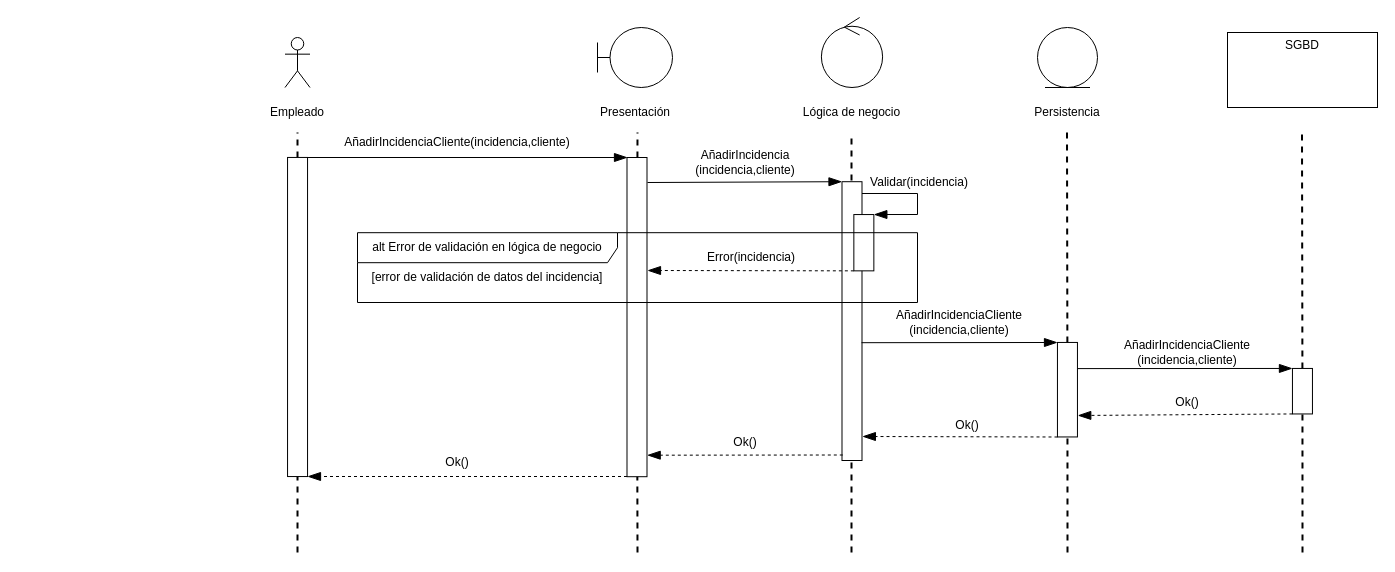
felipescalera/Proyecto-IR keeps this draw.io diagram as diagramas/diagramas de secuencia/CrearIncidencia(1).drawio. Above is the earlier version. Source tidied: cells renumbered, new cells numbered last; positions are measured from the earlier drawing's top-left corner, leaving out a move shared by most shapes. Both pictures are drawn from the tidied source at 100%, with x=0, y=0 at pixel (137, 17).
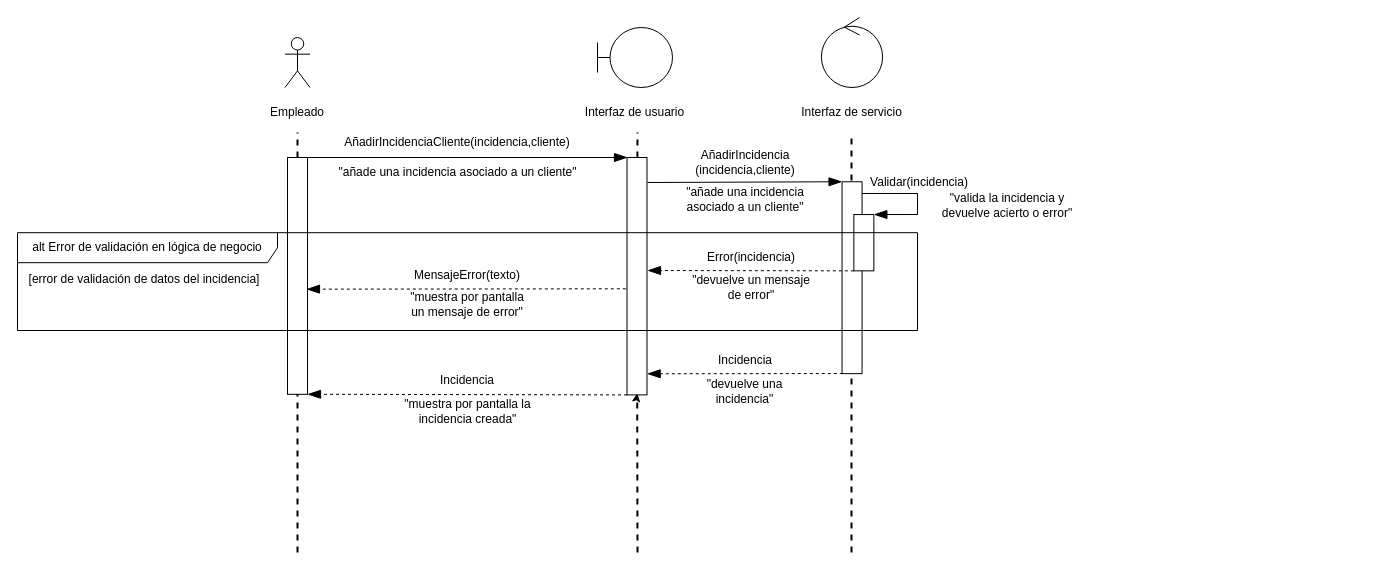
The same page after the edit.

The change refers to these unchanged cells:
```xml
<mxCell id="8" style="group;" parent="1" vertex="1">
  <mxGeometry x="660" width="109" height="105" as="geometry" />
</mxCell>
```

Change to the diagram source:
```diff
@@
-    <mxCell id="2" style="group;" parent="1" vertex="1">
-      <mxGeometry x="1090" y="15" width="150" height="75" as="geometry" />
-    </mxCell>
-    <mxCell id="3" style="rounded=0;whiteSpace=wrap;html=1;fontColor=none;" parent="2" vertex="1">
-      <mxGeometry width="150" height="75" as="geometry" />
-    </mxCell>
-    <mxCell id="4" value="SGBD" style="text;html=1;strokeColor=none;fillColor=none;align=center;verticalAlign=middle;whiteSpace=wrap;rounded=0;fontColor=none;" parent="2" vertex="1">
-      <mxGeometry x="50" width="50" height="25" as="geometry" />
-    </mxCell>
-    <mxCell id="5" style="group;" parent="1" vertex="1">
-      <mxGeometry x="900" y="10" width="60" height="95" as="geometry" />
-    </mxCell>
-    <mxCell id="6" style="ellipse;shape=umlEntity;whiteSpace=wrap;html=1;" parent="5" vertex="1">
-      <mxGeometry width="60" height="60" as="geometry" />
-    </mxCell>
-    <mxCell id="7" value="Persistencia" style="text;html=1;strokeColor=none;fillColor=none;align=center;verticalAlign=middle;whiteSpace=wrap;rounded=0;fontColor=none;" parent="5" vertex="1">
-      <mxGeometry x="10" y="75" width="40" height="20" as="geometry" />
-    </mxCell>
@@
-    <mxCell id="10" value="Lógica de negocio" style="text;html=1;strokeColor=none;fillColor=none;align=center;verticalAlign=middle;whiteSpace=wrap;rounded=0;fontColor=none;" parent="8" vertex="1">
+    <mxCell id="10" value="Interfaz de servicio" style="text;html=1;strokeColor=none;fillColor=none;align=center;verticalAlign=middle;whiteSpace=wrap;rounded=0;fontColor=none;" parent="8" vertex="1">
       <mxGeometry y="85" width="109" height="20" as="geometry" />
     </mxCell>
     <mxCell id="11" style="group;" parent="1" vertex="1">
-      <mxGeometry x="460" y="10" width="75" height="95" as="geometry" />
+      <mxGeometry x="460" y="10" width="130" height="95" as="geometry" />
     </mxCell>
@@
-    <mxCell id="13" value="Presentación" style="text;html=1;strokeColor=none;fillColor=none;align=center;verticalAlign=middle;whiteSpace=wrap;rounded=0;fontColor=none;" parent="11" vertex="1">
-      <mxGeometry x="17.5" y="75" width="40" height="20" as="geometry" />
+    <mxCell id="13" value="Interfaz de usuario" style="text;html=1;strokeColor=none;fillColor=none;align=center;verticalAlign=middle;whiteSpace=wrap;rounded=0;fontColor=none;" parent="11" vertex="1">
+      <mxGeometry x="-18.8" y="75" width="112.5" height="20" as="geometry" />
     </mxCell>
@@
-    <mxCell id="16" style="endArrow=none;dashed=1;html=1;fontColor=none;strokeWidth=2;" parent="1" edge="1" source="35">
-      <mxGeometry relative="1" as="geometry">
-        <mxPoint x="929.5" y="115" as="targetPoint" />
-      </mxGeometry>
-    </mxCell>
-    <mxCell id="17" style="endArrow=none;dashed=1;html=1;fontColor=none;strokeWidth=2;" parent="1" edge="1" source="39">
-      <mxGeometry relative="1" as="geometry">
-        <mxPoint x="1164.5" y="115" as="targetPoint" />
-      </mxGeometry>
-    </mxCell>
@@
     <mxCell id="22" style="rounded=0;whiteSpace=wrap;html=1;fontColor=none;rotation=90;" parent="1" vertex="1">
-      <mxGeometry x="0.5" y="289.5" width="319.1" height="20" as="geometry" />
+      <mxGeometry x="41.6" y="248.4" width="236.8" height="20" as="geometry" />
     </mxCell>
@@
+    <mxCell id="54" style="edgeStyle=orthogonalEdgeStyle;rounded=0;jettySize=auto;html=1;exitX=1;exitY=0.5;exitDx=0;exitDy=0;" parent="1" edge="1" source="24">
+      <mxGeometry relative="1" as="geometry">
+        <mxPoint x="499.7" y="375.9" as="targetPoint" />
+      </mxGeometry>
+    </mxCell>
     <mxCell id="24" style="rounded=0;whiteSpace=wrap;html=1;fontColor=none;rotation=90;" parent="1" vertex="1">
-      <mxGeometry x="339.9" y="289.6" width="319.2" height="20" as="geometry" />
+      <mxGeometry x="380.8" y="248.7" width="237.4" height="20" as="geometry" />
     </mxCell>
@@
     <mxCell id="28" style="rounded=0;whiteSpace=wrap;html=1;fontColor=none;rotation=90;" parent="1" vertex="1">
-      <mxGeometry x="575.1" y="293.6" width="278.8" height="20" as="geometry" />
+      <mxGeometry x="618.6" y="250.2" width="191.9" height="20" as="geometry" />
     </mxCell>
@@
-    <mxCell id="35" style="rounded=0;whiteSpace=wrap;html=1;fontColor=none;rotation=90;" parent="1" vertex="1">
-      <mxGeometry x="882.7" y="362.2" width="94.5" height="20" as="geometry" />
-    </mxCell>
-    <mxCell id="36" style="endArrow=none;dashed=1;html=1;fontColor=none;strokeWidth=2;" parent="1" edge="1" target="35">
-      <mxGeometry relative="1" as="geometry">
-        <mxPoint x="930" y="535" as="sourcePoint" />
-      </mxGeometry>
-    </mxCell>
-    <mxCell id="37" style="endArrow=blockThin;html=1;endFill=1;exitX=0.51;exitY=0.025;exitDx=0;exitDy=0;exitPerimeter=0;endSize=11;" parent="1" edge="1">
-      <mxGeometry relative="1" as="geometry">
-        <mxPoint x="724" y="325.2" as="sourcePoint" />
-        <mxPoint x="920" y="325" as="targetPoint" />
-      </mxGeometry>
-    </mxCell>
-    <mxCell id="38" value="&lt;div&gt;AñadirIncidenciaCliente&lt;/div&gt;&lt;div&gt;(incidencia,cliente)&lt;/div&gt;" style="text;html=1;strokeColor=none;fillColor=none;align=center;verticalAlign=middle;whiteSpace=wrap;rounded=0;" parent="1" vertex="1">
-      <mxGeometry x="802" y="295" width="40" height="20" as="geometry" />
-    </mxCell>
-    <mxCell id="39" style="rounded=0;whiteSpace=wrap;html=1;fontColor=none;rotation=90;" parent="1" vertex="1">
-      <mxGeometry x="1142.2" y="363.7" width="45.5" height="20" as="geometry" />
-    </mxCell>
-    <mxCell id="40" style="endArrow=none;dashed=1;html=1;fontColor=none;strokeWidth=2;" parent="1" edge="1" target="39">
-      <mxGeometry relative="1" as="geometry">
-        <mxPoint x="1165" y="535" as="sourcePoint" />
-      </mxGeometry>
-    </mxCell>
-    <mxCell id="41" style="endArrow=blockThin;html=1;exitX=1;exitY=0;exitDx=0;exitDy=0;endFill=1;entryX=0;entryY=1;entryDx=0;entryDy=0;endSize=11;" parent="1" edge="1" target="39">
-      <mxGeometry relative="1" as="geometry">
-        <mxPoint x="940" y="351.1" as="sourcePoint" />
-      </mxGeometry>
-    </mxCell>
-    <mxCell id="42" value="&lt;div&gt;AñadirIncidenciaCliente&lt;/div&gt;&lt;div&gt;(incidencia,cliente)&lt;/div&gt;" style="text;html=1;strokeColor=none;fillColor=none;align=center;verticalAlign=middle;whiteSpace=wrap;rounded=0;" parent="1" vertex="1">
-      <mxGeometry x="1030" y="325" width="40" height="20" as="geometry" />
-    </mxCell>
-    <mxCell id="43" style="endArrow=blockThin;html=1;exitX=1;exitY=1;exitDx=0;exitDy=0;endFill=1;dashed=1;entryX=0.773;entryY=-0.016;entryDx=0;entryDy=0;entryPerimeter=0;endSize=11;" parent="1" edge="1" source="39" target="35">
-      <mxGeometry relative="1" as="geometry" />
-    </mxCell>
-    <mxCell id="44" value="Ok()" style="text;html=1;strokeColor=none;fillColor=none;align=center;verticalAlign=middle;whiteSpace=wrap;rounded=0;" parent="1" vertex="1">
-      <mxGeometry x="1030" y="375.2" width="40" height="20" as="geometry" />
-    </mxCell>
-    <mxCell id="45" style="endArrow=blockThin;html=1;exitX=1;exitY=1;exitDx=0;exitDy=0;endFill=1;dashed=1;endSize=11;entryX=0.42;entryY=-0.018;entryDx=0;entryDy=0;entryPerimeter=0;" parent="1" edge="1">
-      <mxGeometry relative="1" as="geometry">
-        <mxPoint x="920" y="419.5" as="sourcePoint" />
-        <mxPoint x="724.9" y="419" as="targetPoint" />
-      </mxGeometry>
-    </mxCell>
-    <mxCell id="46" value="Ok()" style="text;html=1;strokeColor=none;fillColor=none;align=center;verticalAlign=middle;whiteSpace=wrap;rounded=0;" parent="1" vertex="1">
-      <mxGeometry x="810" y="397.5" width="40" height="20" as="geometry" />
-    </mxCell>
     <mxCell id="47" style="endArrow=blockThin;html=1;exitX=1;exitY=1;exitDx=0;exitDy=0;endFill=1;dashed=1;entryX=0.831;entryY=0.006;entryDx=0;entryDy=0;entryPerimeter=0;endSize=11;" parent="1" edge="1">
       <mxGeometry relative="1" as="geometry">
-        <mxPoint x="705.3" y="437.5" as="sourcePoint" />
-        <mxPoint x="509.7" y="437.7" as="targetPoint" />
+        <mxPoint x="705.3" y="356" as="sourcePoint" />
+        <mxPoint x="509.7" y="356.3" as="targetPoint" />
       </mxGeometry>
     </mxCell>
-    <mxCell id="48" value="Ok()" style="text;html=1;strokeColor=none;fillColor=none;align=center;verticalAlign=middle;whiteSpace=wrap;rounded=0;" parent="1" vertex="1">
-      <mxGeometry x="587.5" y="414.5" width="40" height="20" as="geometry" />
+    <mxCell id="48" value="Incidencia" style="text;html=1;strokeColor=none;fillColor=none;align=center;verticalAlign=middle;whiteSpace=wrap;rounded=0;" parent="1" vertex="1">
+      <mxGeometry x="587.5" y="333" width="40" height="20" as="geometry" />
     </mxCell>
-    <mxCell id="49" style="endArrow=blockThin;html=1;exitX=1;exitY=1;exitDx=0;exitDy=0;endFill=1;dashed=1;entryX=1;entryY=0;entryDx=0;entryDy=0;endSize=11;" parent="1" edge="1">
-      <mxGeometry relative="1" as="geometry">
-        <mxPoint x="489.5" y="459" as="sourcePoint" />
-        <mxPoint x="170" y="459" as="targetPoint" />
-      </mxGeometry>
+    <mxCell id="49" style="endArrow=blockThin;html=1;endFill=1;dashed=1;entryX=1;entryY=0;entryDx=0;entryDy=0;endSize=11;exitX=1;exitY=1;exitDx=0;exitDy=0;" parent="1" edge="1" source="24" target="22">
+      <mxGeometry relative="1" as="geometry" />
     </mxCell>
-    <mxCell id="50" value="Ok()" style="text;html=1;strokeColor=none;fillColor=none;align=center;verticalAlign=middle;whiteSpace=wrap;rounded=0;" parent="1" vertex="1">
-      <mxGeometry x="300" y="434.5" width="40" height="20" as="geometry" />
+    <mxCell id="50" value="Incidencia" style="text;html=1;strokeColor=none;fillColor=none;align=center;verticalAlign=middle;whiteSpace=wrap;rounded=0;" parent="1" vertex="1">
+      <mxGeometry x="310" y="353" width="40" height="20" as="geometry" />
     </mxCell>
@@
     <mxCell id="52" value="[error de validación de datos del incidencia]" style="text;html=1;strokeColor=none;fillColor=none;align=center;verticalAlign=middle;whiteSpace=wrap;rounded=0;" parent="1" vertex="1">
-      <mxGeometry x="230" y="250.2" width="240" height="20" as="geometry" />
+      <mxGeometry x="-113" y="252" width="240" height="20" as="geometry" />
     </mxCell>
+    <mxCell id="55" value="MensajeError(texto)" style="text;html=1;strokeColor=none;fillColor=none;align=center;verticalAlign=middle;whiteSpace=wrap;rounded=0;" parent="1" vertex="1">
+      <mxGeometry x="310" y="248.4" width="40" height="20" as="geometry" />
+    </mxCell>
+    <mxCell id="56" style="endArrow=blockThin;html=1;strokeWidth=1;fontColor=none;endFill=1;endSize=11;exitX=1;exitY=1;exitDx=0;exitDy=0;dashed=1;entryX=0.556;entryY=0.05;entryDx=0;entryDy=0;entryPerimeter=0;" parent="1" edge="1" target="22">
+      <mxGeometry relative="1" as="geometry">
+        <mxPoint x="488.3" y="271.3" as="sourcePoint" />
+      </mxGeometry>
+    </mxCell>
+    <mxCell id="57" value="&quot;añade una incidencia asociado a un cliente&quot;" style="text;html=1;strokeColor=none;fillColor=none;align=center;verticalAlign=middle;whiteSpace=wrap;rounded=0;" parent="1" vertex="1">
+      <mxGeometry x="195.5" y="145" width="249" height="20" as="geometry" />
+    </mxCell>
+    <mxCell id="58" value="&quot;añade una incidencia asociado a un cliente&quot;" style="text;html=1;strokeColor=none;fillColor=none;align=center;verticalAlign=middle;whiteSpace=wrap;rounded=0;" parent="1" vertex="1">
+      <mxGeometry x="541.5" y="172" width="132" height="20" as="geometry" />
+    </mxCell>
+    <mxCell id="59" value="&quot;valida la incidencia y devuelve acierto o error&quot;" style="text;html=1;strokeColor=none;fillColor=none;align=center;verticalAlign=middle;whiteSpace=wrap;rounded=0;" parent="1" vertex="1">
+      <mxGeometry x="791" y="178" width="158" height="20" as="geometry" />
+    </mxCell>
+    <mxCell id="60" value="&quot;devuelve un mensaje de error&quot;" style="text;html=1;strokeColor=none;fillColor=none;align=center;verticalAlign=middle;whiteSpace=wrap;rounded=0;" parent="1" vertex="1">
+      <mxGeometry x="550" y="260" width="128" height="20" as="geometry" />
+    </mxCell>
+    <mxCell id="61" value="&quot;muestra por pantalla un mensaje de error&quot;" style="text;html=1;strokeColor=none;fillColor=none;align=center;verticalAlign=middle;whiteSpace=wrap;rounded=0;" parent="1" vertex="1">
+      <mxGeometry x="266" y="277" width="128" height="20" as="geometry" />
+    </mxCell>
+    <mxCell id="62" value="&quot;devuelve una incidencia&quot;" style="text;html=1;strokeColor=none;fillColor=none;align=center;verticalAlign=middle;whiteSpace=wrap;rounded=0;" parent="1" vertex="1">
+      <mxGeometry x="557.2" y="364" width="100.5" height="20" as="geometry" />
+    </mxCell>
+    <mxCell id="63" value="&quot;muestra por pantalla la incidencia creada&quot;" style="text;html=1;strokeColor=none;fillColor=none;align=center;verticalAlign=middle;whiteSpace=wrap;rounded=0;" parent="1" vertex="1">
+      <mxGeometry x="245.6" y="384" width="168.7" height="20" as="geometry" />
+    </mxCell>
     <mxCell id="53" value="alt Error de validación en lógica de negocio" style="shape=umlFrame;whiteSpace=wrap;html=1;width=260;height=30;" parent="1" vertex="1">
-      <mxGeometry x="220" y="215.2" width="560" height="69.8" as="geometry" />
+      <mxGeometry x="-120" y="215.2" width="900" height="97.8" as="geometry" />
     </mxCell>
```
